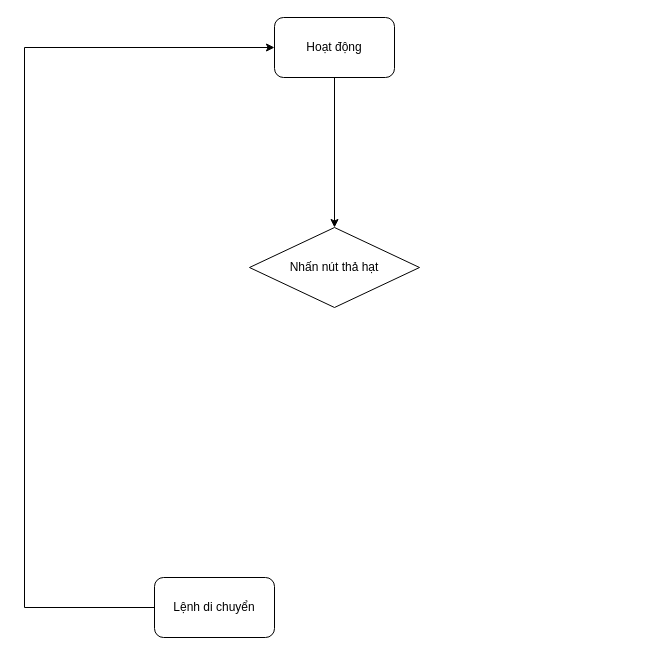
The draw.io diagram LEC.drawio in huyca0403/Tran-Duc-Huy, before the edit. Source tidied: cells renumbered, new cells numbered last; positions are measured from the earlier drawing's top-left corner, leaving out a move shared by most shapes. Both pictures are drawn from the tidied source at 100%, with x=0, y=0 at pixel (24, 17).
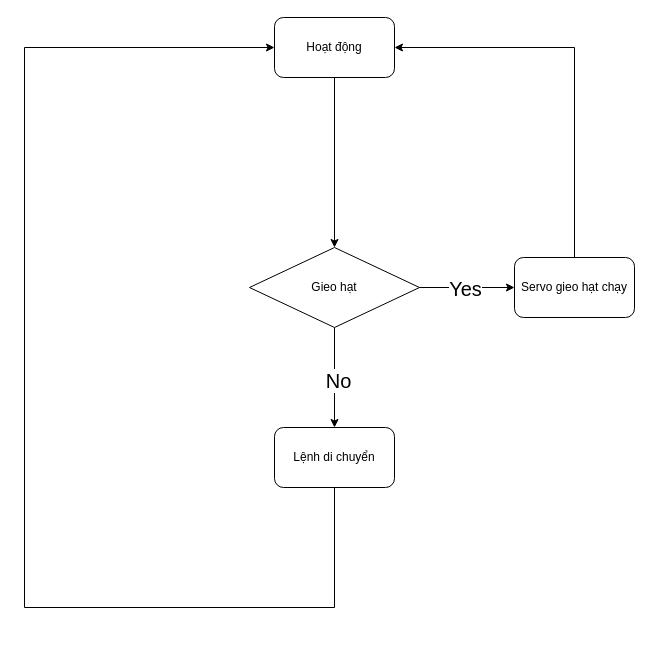
Above is the later version.

The edit, as a diff of the source:
```diff
@@
 <mxGraphModel>
   <root>
     <mxCell id="0" />
     <mxCell id="1" parent="0" />
     <mxCell id="2" style="edgeStyle=orthogonalEdgeStyle;rounded=0;jettySize=auto;html=1;" parent="1" edge="1" source="3" target="6">
       <mxGeometry relative="1" as="geometry" />
     </mxCell>
     <mxCell id="3" value="Hoạt động" style="rounded=1;whiteSpace=wrap;html=1;" parent="1" vertex="1">
       <mxGeometry x="250" width="120" height="60" as="geometry" />
     </mxCell>
     <mxCell id="4" style="edgeStyle=orthogonalEdgeStyle;rounded=0;jettySize=auto;html=1;entryX=0;entryY=0.5;entryDx=0;entryDy=0;" parent="1" edge="1" source="5" target="3">
       <mxGeometry relative="1" as="geometry">
         <Array as="points">
           <mxPoint y="590" />
           <mxPoint y="30" />
         </Array>
       </mxGeometry>
     </mxCell>
     <mxCell id="5" value="Lệnh di chuyển" style="rounded=1;whiteSpace=wrap;html=1;" parent="1" vertex="1">
-      <mxGeometry x="130" y="560" width="120" height="60" as="geometry" />
+      <mxGeometry x="250" y="410" width="120" height="60" as="geometry" />
     </mxCell>
+    <mxCell id="7" style="edgeStyle=orthogonalEdgeStyle;rounded=0;jettySize=auto;html=1;" parent="1" edge="1" source="6" target="5">
+      <mxGeometry relative="1" as="geometry" />
+    </mxCell>
+    <mxCell id="8" value="No" style="edgeLabel;html=1;align=center;verticalAlign=middle;fontSize=20;" parent="7" vertex="1">
+      <mxGeometry x="0.04" y="3" relative="1" as="geometry" />
+    </mxCell>
+    <mxCell id="9" style="edgeStyle=orthogonalEdgeStyle;rounded=0;jettySize=auto;html=1;" parent="1" edge="1" source="6" target="12">
+      <mxGeometry relative="1" as="geometry" />
+    </mxCell>
+    <mxCell id="10" value="Yes" style="edgeLabel;html=1;align=center;verticalAlign=middle;fontSize=20;" parent="9" vertex="1">
+      <mxGeometry x="-0.47" y="-1" relative="1" as="geometry">
+        <mxPoint x="20" y="-1" as="offset" />
+      </mxGeometry>
+    </mxCell>
-    <mxCell id="6" value="Nhấn nút thả hạt" style="rhombus;whiteSpace=wrap;html=1;" parent="1" vertex="1">
-      <mxGeometry x="225" y="210" width="170" height="80" as="geometry" />
+    <mxCell id="6" value="Gieo hạt" style="rhombus;whiteSpace=wrap;html=1;" parent="1" vertex="1">
+      <mxGeometry x="225" y="230" width="170" height="80" as="geometry" />
     </mxCell>
+    <mxCell id="11" style="edgeStyle=orthogonalEdgeStyle;rounded=0;jettySize=auto;html=1;" parent="1" edge="1" source="12" target="3">
+      <mxGeometry relative="1" as="geometry">
+        <Array as="points">
+          <mxPoint x="550" y="30" />
+        </Array>
+      </mxGeometry>
+    </mxCell>
+    <mxCell id="12" value="Servo gieo hạt chạy" style="rounded=1;whiteSpace=wrap;html=1;" parent="1" vertex="1">
+      <mxGeometry x="490" y="240" width="120" height="60" as="geometry" />
+    </mxCell>
   </root>
 </mxGraphModel>
```
